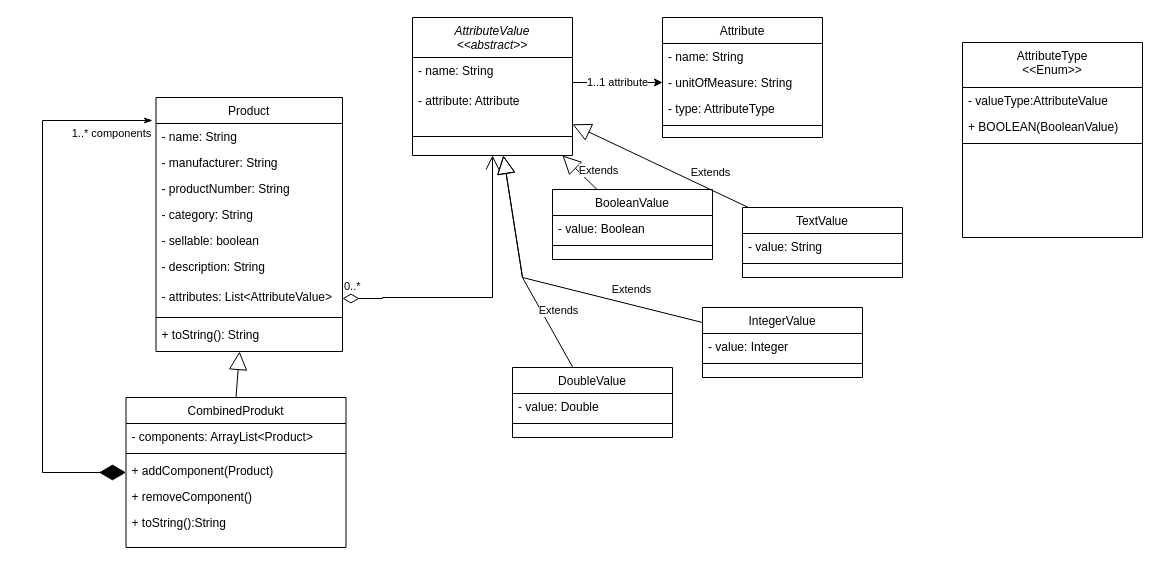
This is diagrams/KlassendiagrammPcStore23.drawio from bso-hef/pcstore23, a draw.io file, before an edit. Source tidied: cells renumbered, new cells numbered last; positions are measured from the earlier drawing's top-left corner, leaving out a move shared by most shapes. Both pictures are drawn from the tidied source at 100%, with x=0, y=0 at pixel (42, 17).
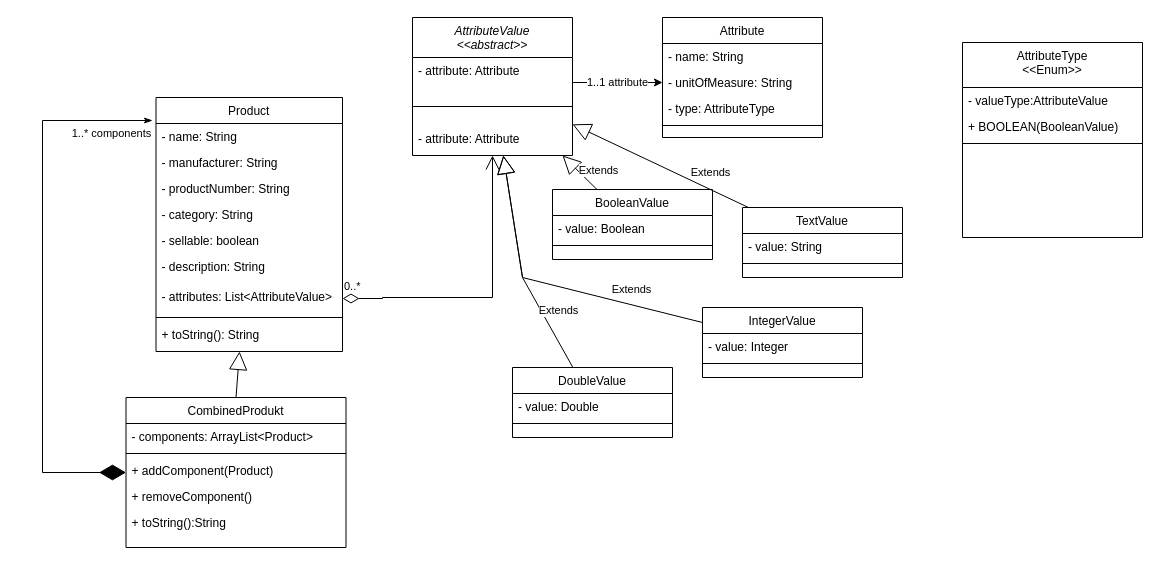
The same diagram, later.

Unchanged cells that the change refers to:
```xml
<mxCell id="25" value="AttributeValue&#10;&lt;&lt;abstract&gt;&gt;" style="swimlane;fontStyle=2;align=center;verticalAlign=top;horizontal=1;startSize=40;rounded=0;shadow=0;strokeWidth=1;" parent="1" vertex="1">
  <mxGeometry x="370" width="160" height="138" as="geometry" />
</mxCell>
```

Diff of the diagram source:
```diff
@@
-    <mxCell id="26" value="- name: String" style="text;align=left;verticalAlign=top;spacingLeft=4;spacingRight=4;overflow=hidden;" parent="25" vertex="1">
-      <mxGeometry y="40" width="160" height="30" as="geometry" />
-    </mxCell>
     <mxCell id="27" value="- attribute: Attribute" style="text;align=left;verticalAlign=top;spacingLeft=4;spacingRight=4;overflow=hidden;" parent="25" vertex="1">
-      <mxGeometry y="70" width="160" height="30" as="geometry" />
+      <mxGeometry y="40" width="160" height="30" as="geometry" />
     </mxCell>
     <mxCell id="28" style="line;html=1;strokeWidth=1;align=left;verticalAlign=middle;spacingTop=-1;spacingLeft=3;spacingRight=3;labelPosition=right;" parent="25" vertex="1">
-      <mxGeometry y="100" width="160" height="38" as="geometry" />
+      <mxGeometry y="70" width="160" height="38" as="geometry" />
     </mxCell>
+    <mxCell id="51" value="- attribute: Attribute" style="text;align=left;verticalAlign=top;spacingLeft=4;spacingRight=4;overflow=hidden;" parent="25" vertex="1">
+      <mxGeometry y="108" width="160" height="30" as="geometry" />
+    </mxCell>
```
